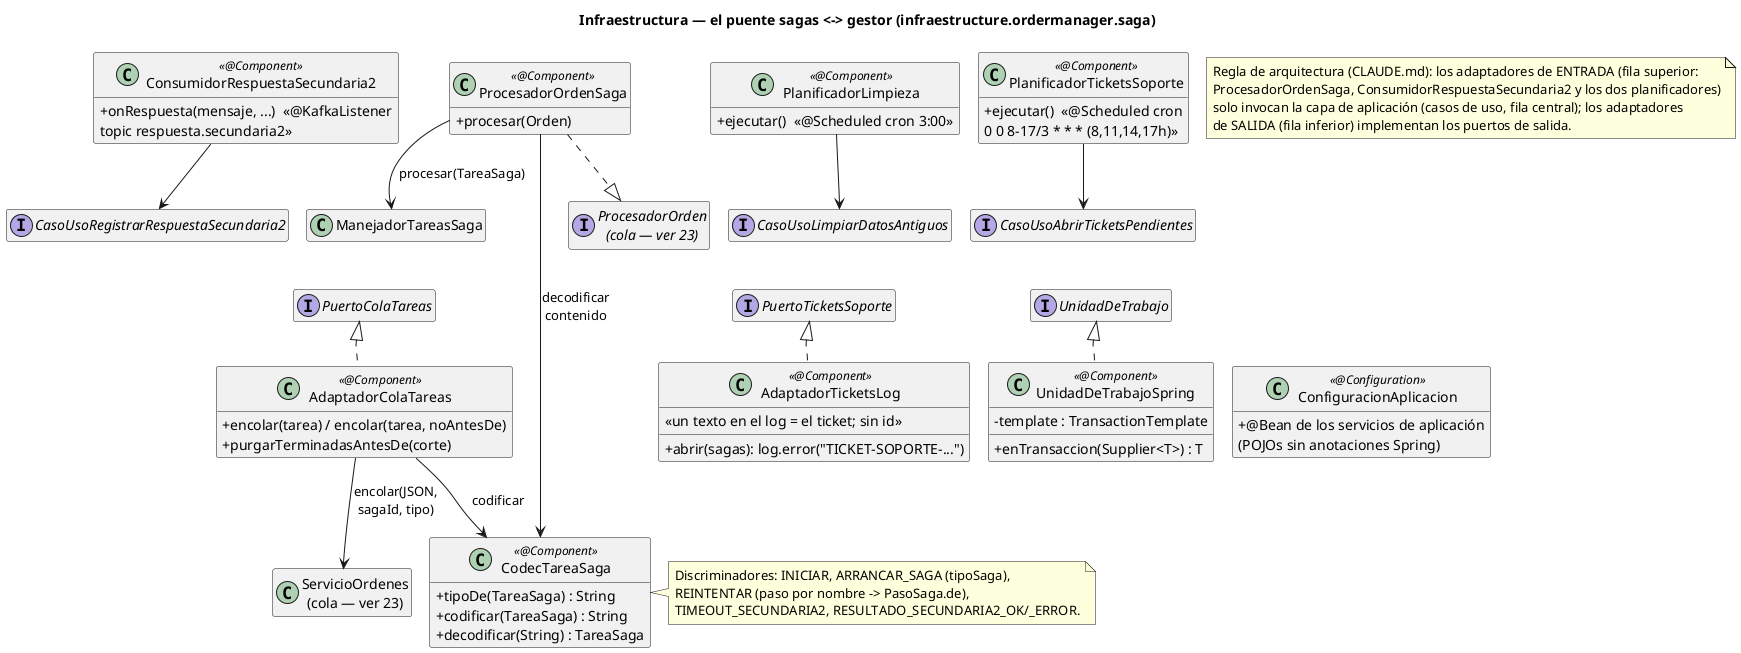
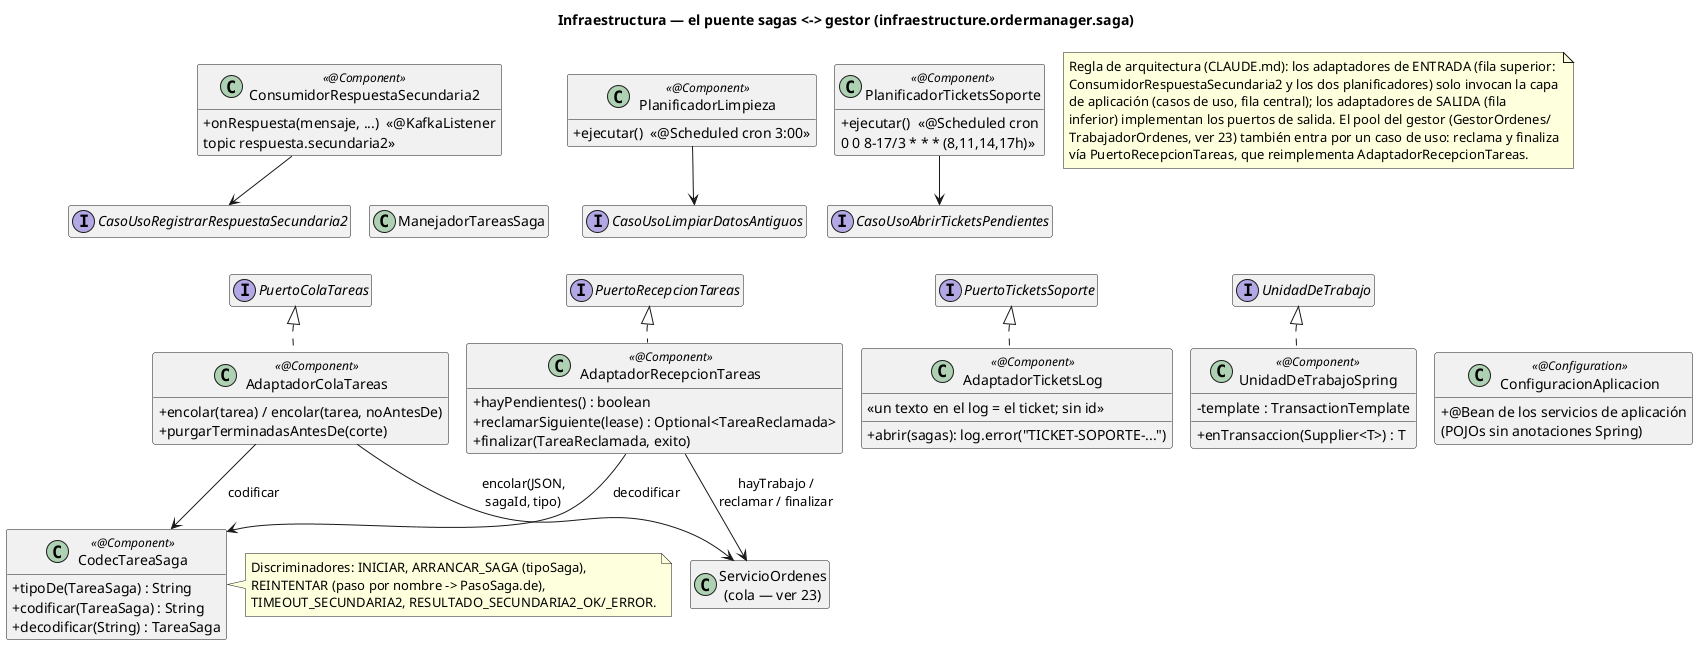
@startuml 24-clases-infraestructura-saga
title Infraestructura — el puente sagas <-> gestor (infraestructure.ordermanager.saga)
!pragma layout smetana
hide empty members
skinparam classAttributeIconSize 0

' --- adaptadores de ENTRADA (invocan la capa de aplicación) ---
- class ProcesadorOrdenSaga <<@Component>> {
-   +procesar(Orden)
- }
class ConsumidorRespuestaSecundaria2 <<@Component>> {
  +onRespuesta(mensaje, ...)  «@KafkaListener\ntopic respuesta.secundaria2»
}
class PlanificadorLimpieza <<@Component>> {
  +ejecutar()  «@Scheduled cron 3:00»
}
class PlanificadorTicketsSoporte <<@Component>> {
  +ejecutar()  «@Scheduled cron\n0 0 8-17/3 * * * (8,11,14,17h)»
}

' --- capa de aplicación (ver 17-22) ---
class "ManejadorTareasSaga" as ManejadorTareasSaga
interface CasoUsoRegistrarRespuestaSecundaria2
interface CasoUsoLimpiarDatosAntiguos
interface CasoUsoAbrirTicketsPendientes
interface PuertoColaTareas
+ interface PuertoRecepcionTareas
interface PuertoTicketsSoporte
interface UnidadDeTrabajo

' --- adaptadores de SALIDA (implementan puertos de salida) ---
class AdaptadorColaTareas <<@Component>> {
  +encolar(tarea) / encolar(tarea, noAntesDe)
  +purgarTerminadasAntesDe(corte)
+ }
+ class AdaptadorRecepcionTareas <<@Component>> {
+   +hayPendientes() : boolean
+   +reclamarSiguiente(lease) : Optional<TareaReclamada>
+   +finalizar(TareaReclamada, exito)
}
class AdaptadorTicketsLog <<@Component>> {
  +abrir(sagas): log.error("TICKET-SOPORTE-...")
  «un texto en el log = el ticket; sin id»
}
class UnidadDeTrabajoSpring <<@Component>> {
  -template : TransactionTemplate
  +enTransaccion(Supplier<T>) : T
}

' --- piezas comunes ---
class CodecTareaSaga <<@Component>> {
  +tipoDe(TareaSaga) : String
  +codificar(TareaSaga) : String
  +decodificar(String) : TareaSaga
}
note right of CodecTareaSaga
  Discriminadores: INICIAR, ARRANCAR_SAGA (tipoSaga),
  REINTENTAR (paso por nombre -> PasoSaga.de),
  TIMEOUT_SECUNDARIA2, RESULTADO_SECUNDARIA2_OK/_ERROR.
end note
class "ServicioOrdenes\n(cola — ver 23)" as ServicioOrdenes
- interface "ProcesadorOrden\n(cola — ver 23)" as ProcesadorOrden
class ConfiguracionAplicacion <<@Configuration>> {
  +@Bean de los servicios de aplicación\n(POJOs sin anotaciones Spring)
}

' Entrada -> aplicación
- ProcesadorOrden <|.up. ProcesadorOrdenSaga
- ProcesadorOrdenSaga --> CodecTareaSaga : decodificar\ncontenido
- ProcesadorOrdenSaga --> ManejadorTareasSaga : procesar(TareaSaga)
ConsumidorRespuestaSecundaria2 --> CasoUsoRegistrarRespuestaSecundaria2
PlanificadorLimpieza --> CasoUsoLimpiarDatosAntiguos
PlanificadorTicketsSoporte --> CasoUsoAbrirTicketsPendientes

' Puertos de salida <- adaptadores
PuertoColaTareas <|.. AdaptadorColaTareas
+ PuertoRecepcionTareas <|.. AdaptadorRecepcionTareas
PuertoTicketsSoporte <|.. AdaptadorTicketsLog
UnidadDeTrabajo <|.. UnidadDeTrabajoSpring
AdaptadorColaTareas --> ServicioOrdenes : encolar(JSON,\nsagaId, tipo)
AdaptadorColaTareas --> CodecTareaSaga : codificar
+ AdaptadorRecepcionTareas --> ServicioOrdenes : hayTrabajo /\nreclamar / finalizar
+ AdaptadorRecepcionTareas --> CodecTareaSaga : decodificar

' Layout: entrada arriba, aplicación en medio, salida abajo
- ConsumidorRespuestaSecundaria2 -[hidden]right- ProcesadorOrdenSaga
+ ConsumidorRespuestaSecundaria2 -[hidden]right- PlanificadorLimpieza
PlanificadorLimpieza -[hidden]right- PlanificadorTicketsSoporte
- ProcesadorOrdenSaga -[hidden]right- PlanificadorLimpieza
CasoUsoRegistrarRespuestaSecundaria2 -[hidden]right- ManejadorTareasSaga
CasoUsoLimpiarDatosAntiguos -[hidden]right- CasoUsoAbrirTicketsPendientes
PuertoColaTareas -[hidden]down- AdaptadorColaTareas
+ PuertoRecepcionTareas -[hidden]down- AdaptadorRecepcionTareas
PuertoTicketsSoporte -[hidden]down- AdaptadorTicketsLog
UnidadDeTrabajo -[hidden]down- UnidadDeTrabajoSpring
ManejadorTareasSaga -[hidden]down- PuertoColaTareas
CasoUsoAbrirTicketsPendientes -[hidden]down- PuertoTicketsSoporte
+ AdaptadorColaTareas -[hidden]right- AdaptadorRecepcionTareas
+ AdaptadorRecepcionTareas -[hidden]right- AdaptadorTicketsLog
AdaptadorTicketsLog -[hidden]right- UnidadDeTrabajoSpring
- AdaptadorColaTareas -[hidden]right- AdaptadorTicketsLog
UnidadDeTrabajoSpring -[hidden]right- ConfiguracionAplicacion

note as NRegla
  Regla de arquitectura (CLAUDE.md): los adaptadores de ENTRADA (fila superior:
-   ProcesadorOrdenSaga, ConsumidorRespuestaSecundaria2 y los dos planificadores)
-   solo invocan la capa de aplicación (casos de uso, fila central); los adaptadores
-   de SALIDA (fila inferior) implementan los puertos de salida.
+   ConsumidorRespuestaSecundaria2 y los dos planificadores) solo invocan la capa
+   de aplicación (casos de uso, fila central); los adaptadores de SALIDA (fila
+   inferior) implementan los puertos de salida. El pool del gestor (GestorOrdenes/
+   TrabajadorOrdenes, ver 23) también entra por un caso de uso: reclama y finaliza
+   vía PuertoRecepcionTareas, que reimplementa AdaptadorRecepcionTareas.
end note
@enduml
